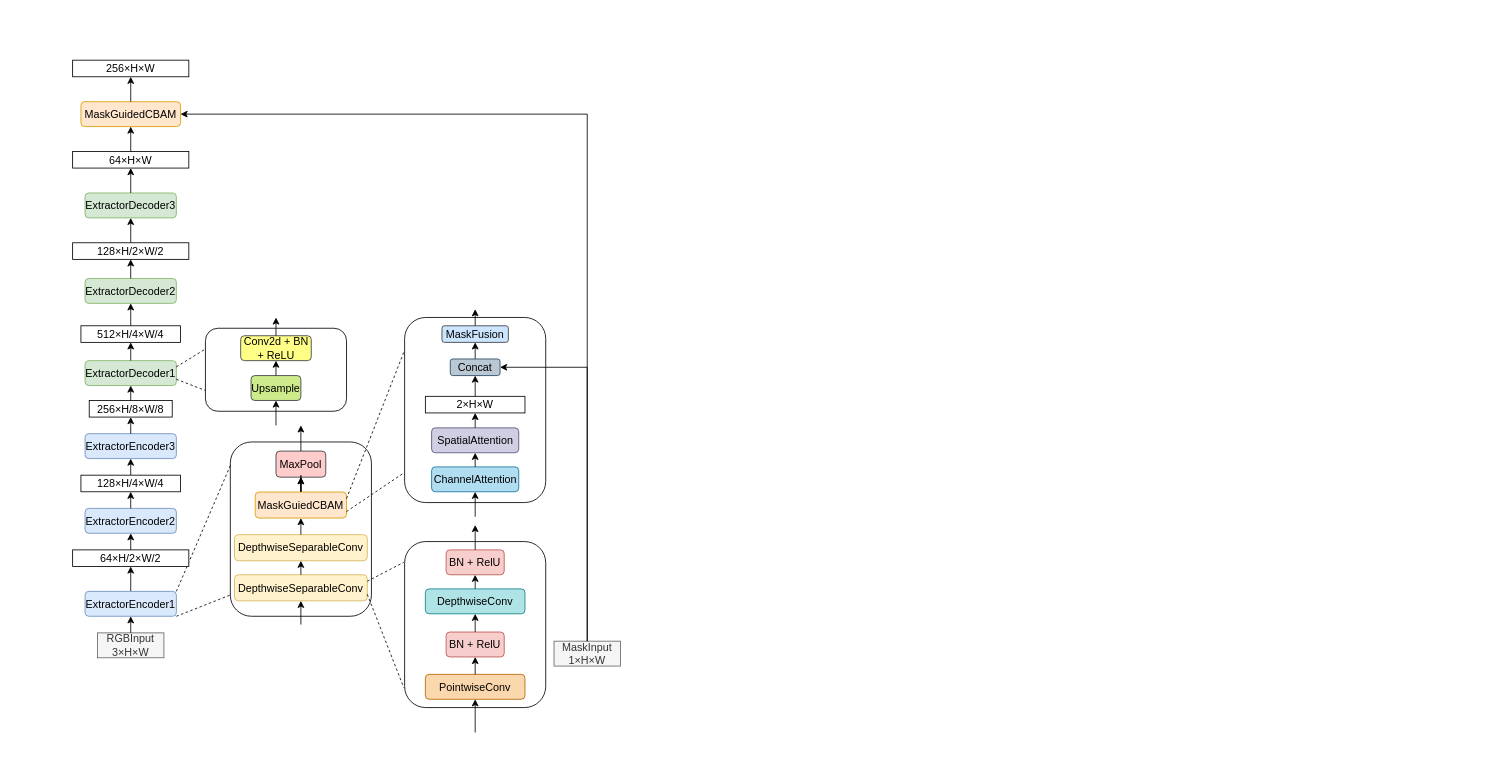
Before: RGBLossPath.drawio in laoliNB666/my-image-hosting-images, a draw.io diagram. Source tidied: cells renumbered, new cells numbered last; positions are measured from the earlier drawing's top-left corner, leaving out a move shared by most shapes. Both pictures are drawn from the tidied source at 83%, with x=0, y=0 at pixel (72, 60).
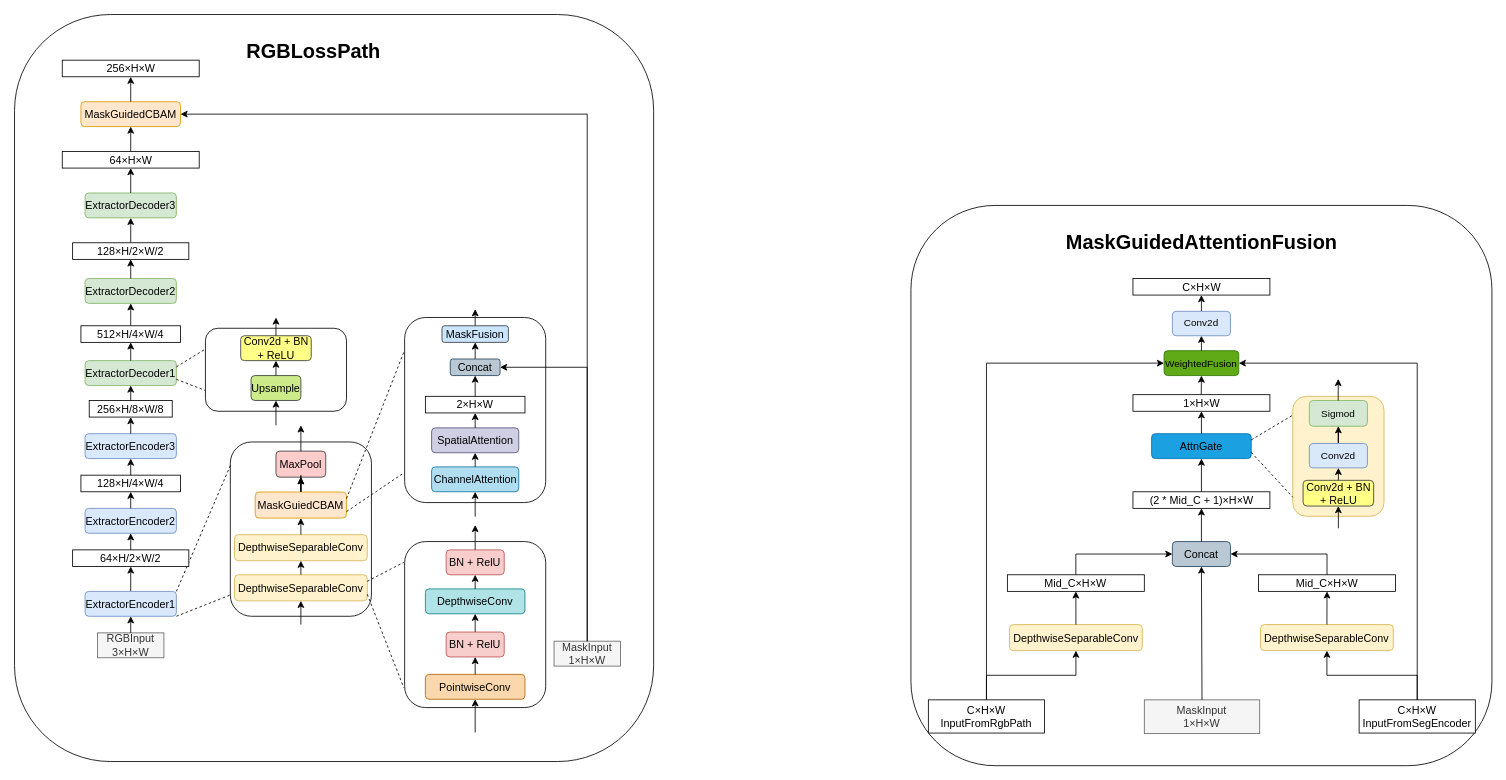
Above is the later version.

The change refers to these unchanged cells:
```xml
<mxCell id="12" value="ExtractorDecoder3" style="rounded=1;whiteSpace=wrap;html=1;fontSize=13;fillColor=#d5e8d4;strokeColor=#82b366;" parent="1" vertex="1">
  <mxGeometry x="15" y="160" width="110" height="30" as="geometry" />
</mxCell>
<mxCell id="57" value="MaskGuidedCBAM" style="rounded=1;whiteSpace=wrap;html=1;fontSize=13;fillColor=#ffe6cc;strokeColor=#d79b00;" parent="1" vertex="1">
  <mxGeometry x="10" y="50" width="120" height="30" as="geometry" />
</mxCell>
```

Change to the diagram source:
```diff
@@
+    <mxCell id="84" style="rounded=1;whiteSpace=wrap;html=1;" parent="1" vertex="1">
+      <mxGeometry x="1010" y="175" width="700" height="675" as="geometry" />
+    </mxCell>
+    <mxCell id="85" style="rounded=1;whiteSpace=wrap;html=1;" parent="1" vertex="1">
+      <mxGeometry x="-70" y="-55" width="770" height="900" as="geometry" />
+    </mxCell>
@@
-    <mxCell id="55" value="64×H×W" style="rounded=0;whiteSpace=wrap;html=1;fontSize=13;" parent="1" vertex="1">
-      <mxGeometry y="110" width="140" height="20" as="geometry" />
-    </mxCell>
-    <mxCell id="56" style="edgeStyle=orthogonalEdgeStyle;rounded=0;jettySize=auto;html=1;entryX=0.5;entryY=1;entryDx=0;entryDy=0;fontSize=13;exitX=0.5;exitY=0;exitDx=0;exitDy=0;" parent="1" edge="1" source="12" target="55">
-      <mxGeometry relative="1" as="geometry" />
+    <mxCell id="56" style="edgeStyle=orthogonalEdgeStyle;rounded=0;jettySize=auto;html=1;entryX=0.5;entryY=1;entryDx=0;entryDy=0;fontSize=13;exitX=0.5;exitY=0;exitDx=0;exitDy=0;" parent="1" edge="1" source="12">
+      <mxGeometry relative="1" as="geometry">
+        <mxPoint x="70" y="130" as="targetPoint" />
+      </mxGeometry>
     </mxCell>
@@
     <mxCell id="58" value="256×H×W" style="rounded=0;whiteSpace=wrap;html=1;fontSize=13;" parent="1" vertex="1">
-      <mxGeometry width="140" height="20" as="geometry" />
+      <mxGeometry x="-12.5" width="165" height="20" as="geometry" />
     </mxCell>
-    <mxCell id="59" style="edgeStyle=orthogonalEdgeStyle;rounded=0;jettySize=auto;html=1;entryX=0.5;entryY=1;entryDx=0;entryDy=0;fontSize=13;exitX=0.5;exitY=0;exitDx=0;exitDy=0;" parent="1" edge="1" source="55" target="57">
-      <mxGeometry relative="1" as="geometry" />
+    <mxCell id="59" style="edgeStyle=orthogonalEdgeStyle;rounded=0;jettySize=auto;html=1;entryX=0.5;entryY=1;entryDx=0;entryDy=0;fontSize=13;exitX=0.5;exitY=0;exitDx=0;exitDy=0;" parent="1" edge="1" target="57">
+      <mxGeometry relative="1" as="geometry">
+        <mxPoint x="70" y="110" as="sourcePoint" />
+      </mxGeometry>
     </mxCell>
-    <mxCell id="60" style="edgeStyle=orthogonalEdgeStyle;rounded=0;jettySize=auto;html=1;entryX=0.5;entryY=1;entryDx=0;entryDy=0;fontSize=13;exitX=0.5;exitY=0;exitDx=0;exitDy=0;" parent="1" edge="1" source="57" target="58">
-      <mxGeometry relative="1" as="geometry" />
-    </mxCell>
@@
+    <mxCell id="86" value="RGBLossPath" style="text;strokeColor=none;fillColor=none;html=1;fontSize=24;fontStyle=1;verticalAlign=middle;align=center;" parent="1" vertex="1">
+      <mxGeometry x="240" y="-30" width="100" height="40" as="geometry" />
+    </mxCell>
+    <mxCell id="87" value="MaskGuidedAttentionFusion" style="text;strokeColor=none;fillColor=none;html=1;fontSize=24;fontStyle=1;verticalAlign=middle;align=center;" parent="1" vertex="1">
+      <mxGeometry x="1310" y="200" width="100" height="40" as="geometry" />
+    </mxCell>
+    <mxCell id="88" value="C×H×W&lt;div&gt;InputFromRgbPath&lt;/div&gt;" style="rounded=0;whiteSpace=wrap;html=1;fontSize=13;" parent="1" vertex="1">
+      <mxGeometry x="1031" y="770.7" width="140" height="40" as="geometry" />
+    </mxCell>
+    <mxCell id="89" value="C×H×W&lt;div&gt;InputFromSegEncoder&lt;/div&gt;" style="rounded=0;whiteSpace=wrap;html=1;fontSize=13;" parent="1" vertex="1">
+      <mxGeometry x="1550" y="770.7" width="140" height="40" as="geometry" />
+    </mxCell>
+    <mxCell id="90" value="DepthwiseSeparableConv" style="rounded=1;whiteSpace=wrap;html=1;fontSize=13;fillColor=#fff2cc;strokeColor=#d6b656;" parent="1" vertex="1">
+      <mxGeometry x="1128.8" y="680" width="160" height="31.4" as="geometry" />
+    </mxCell>
+    <mxCell id="91" value="DepthwiseSeparableConv" style="rounded=1;whiteSpace=wrap;html=1;fontSize=13;fillColor=#fff2cc;strokeColor=#d6b656;" parent="1" vertex="1">
+      <mxGeometry x="1431.2" y="680" width="160" height="31.4" as="geometry" />
+    </mxCell>
+    <mxCell id="92" value="&lt;div&gt;&lt;span style=&quot;text-align: left;&quot;&gt;MaskInput&lt;/span&gt;&lt;/div&gt;&lt;div&gt;&lt;span style=&quot;text-align: left;&quot;&gt;1×H×W&lt;/span&gt;&lt;br&gt;&lt;/div&gt;" style="rounded=0;whiteSpace=wrap;html=1;fontSize=13;fillColor=#f5f5f5;strokeColor=#666666;fontColor=#333333;" parent="1" vertex="1">
+      <mxGeometry x="1291.2" y="770.7" width="139" height="40.7" as="geometry" />
+    </mxCell>
+    <mxCell id="93" value="&lt;font style=&quot;color: rgb(0, 0, 0);&quot;&gt;AttnGate&lt;/font&gt;" style="rounded=1;whiteSpace=wrap;html=1;fontSize=13;fillColor=#1ba1e2;strokeColor=#006EAF;fontColor=#ffffff;" parent="1" vertex="1">
+      <mxGeometry x="1300" y="450" width="120" height="30" as="geometry" />
+    </mxCell>
+    <mxCell id="55" value="64×H×W" style="rounded=0;whiteSpace=wrap;html=1;fontSize=13;" parent="1" vertex="1">
+      <mxGeometry x="-12.5" y="110" width="165" height="20" as="geometry" />
+    </mxCell>
+    <mxCell id="60" style="edgeStyle=orthogonalEdgeStyle;rounded=0;jettySize=auto;html=1;entryX=0.5;entryY=1;entryDx=0;entryDy=0;fontSize=13;exitX=0.5;exitY=0;exitDx=0;exitDy=0;" parent="1" edge="1" source="57" target="58">
+      <mxGeometry relative="1" as="geometry" />
+    </mxCell>
+    <mxCell id="94" value="Mid_C×H×W" style="rounded=0;whiteSpace=wrap;html=1;fontSize=13;" parent="1" vertex="1">
+      <mxGeometry x="1126.2" y="620" width="165" height="20" as="geometry" />
+    </mxCell>
+    <mxCell id="95" value="Mid_C×H×W" style="rounded=0;whiteSpace=wrap;html=1;fontSize=13;" parent="1" vertex="1">
+      <mxGeometry x="1428.8" y="620" width="165" height="20" as="geometry" />
+    </mxCell>
+    <mxCell id="96" style="endArrow=classic;html=1;rounded=0;exitX=0.5;exitY=0;exitDx=0;exitDy=0;entryX=0.5;entryY=1;entryDx=0;entryDy=0;edgeStyle=orthogonalEdgeStyle;" parent="1" edge="1" source="88" target="90">
+      <mxGeometry relative="1" as="geometry" />
+    </mxCell>
+    <mxCell id="97" style="endArrow=classic;html=1;rounded=0;exitX=0.5;exitY=0;exitDx=0;exitDy=0;entryX=0.5;entryY=1;entryDx=0;entryDy=0;edgeStyle=orthogonalEdgeStyle;" parent="1" edge="1" source="89" target="91">
+      <mxGeometry relative="1" as="geometry" />
+    </mxCell>
+    <mxCell id="98" style="endArrow=classic;html=1;rounded=0;exitX=0.5;exitY=0;exitDx=0;exitDy=0;entryX=0.5;entryY=1;entryDx=0;entryDy=0;" parent="1" edge="1" source="91" target="95">
+      <mxGeometry relative="1" as="geometry" />
+    </mxCell>
+    <mxCell id="99" style="endArrow=classic;html=1;rounded=0;exitX=0.5;exitY=0;exitDx=0;exitDy=0;entryX=0.5;entryY=1;entryDx=0;entryDy=0;" parent="1" edge="1" source="90" target="94">
+      <mxGeometry relative="1" as="geometry" />
+    </mxCell>
+    <mxCell id="100" value="Concat" style="rounded=1;whiteSpace=wrap;html=1;fontSize=13;fillColor=#bac8d3;strokeColor=#23445d;" parent="1" vertex="1">
+      <mxGeometry x="1325" y="580" width="70" height="30" as="geometry" />
+    </mxCell>
+    <mxCell id="101" style="endArrow=classic;html=1;rounded=0;exitX=0.5;exitY=0;exitDx=0;exitDy=0;entryX=0.5;entryY=1;entryDx=0;entryDy=0;" parent="1" edge="1" source="92" target="100">
+      <mxGeometry relative="1" as="geometry" />
+    </mxCell>
+    <mxCell id="102" style="endArrow=classic;html=1;rounded=0;exitX=0.5;exitY=0;exitDx=0;exitDy=0;entryX=0;entryY=0.5;entryDx=0;entryDy=0;edgeStyle=orthogonalEdgeStyle;" parent="1" edge="1" source="94" target="100">
+      <mxGeometry relative="1" as="geometry" />
+    </mxCell>
+    <mxCell id="103" style="endArrow=classic;html=1;rounded=0;exitX=0.5;exitY=0;exitDx=0;exitDy=0;entryX=1;entryY=0.5;entryDx=0;entryDy=0;edgeStyle=orthogonalEdgeStyle;" parent="1" edge="1" source="95" target="100">
+      <mxGeometry relative="1" as="geometry" />
+    </mxCell>
+    <mxCell id="104" value="(2 * Mid_C + 1)×H×W" style="rounded=0;whiteSpace=wrap;html=1;fontSize=13;" parent="1" vertex="1">
+      <mxGeometry x="1277.5" y="520" width="165" height="20" as="geometry" />
+    </mxCell>
+    <mxCell id="105" style="endArrow=classic;html=1;rounded=0;exitX=0.5;exitY=0;exitDx=0;exitDy=0;entryX=0.5;entryY=1;entryDx=0;entryDy=0;" parent="1" edge="1" source="100" target="104">
+      <mxGeometry relative="1" as="geometry" />
+    </mxCell>
+    <mxCell id="106" style="endArrow=classic;html=1;rounded=0;exitX=0.5;exitY=0;exitDx=0;exitDy=0;entryX=0.5;entryY=1;entryDx=0;entryDy=0;" parent="1" edge="1" source="104" target="93">
+      <mxGeometry relative="1" as="geometry" />
+    </mxCell>
+    <mxCell id="107" value="1×H×W" style="rounded=0;whiteSpace=wrap;html=1;fontSize=13;" parent="1" vertex="1">
+      <mxGeometry x="1277.5" y="403" width="165" height="20" as="geometry" />
+    </mxCell>
+    <mxCell id="108" style="endArrow=classic;html=1;rounded=0;exitX=0.5;exitY=0;exitDx=0;exitDy=0;entryX=0.5;entryY=1;entryDx=0;entryDy=0;" parent="1" edge="1" source="93" target="107">
+      <mxGeometry relative="1" as="geometry" />
+    </mxCell>
+    <mxCell id="109" style="group;" parent="1" vertex="1">
+      <mxGeometry x="1470" y="405" width="110" height="159" as="geometry" />
+    </mxCell>
+    <mxCell id="110" style="rounded=1;whiteSpace=wrap;html=1;fillColor=#fff2cc;strokeColor=#d6b656;" parent="109" vertex="1">
+      <mxGeometry width="110" height="144.5" as="geometry" />
+    </mxCell>
+    <mxCell id="111" style="edgeStyle=orthogonalEdgeStyle;rounded=0;jettySize=auto;html=1;" parent="109" edge="1" source="112" target="113">
+      <mxGeometry relative="1" as="geometry" />
+    </mxCell>
+    <mxCell id="112" value="Conv2d" style="rounded=1;whiteSpace=wrap;html=1;fillColor=#dae8fc;strokeColor=#6c8ebf;" parent="109" vertex="1">
+      <mxGeometry x="20" y="56.8" width="70" height="29.4" as="geometry" />
+    </mxCell>
+    <mxCell id="113" value="Sigmod" style="rounded=1;whiteSpace=wrap;html=1;fillColor=#d5e8d4;strokeColor=#82b366;" parent="109" vertex="1">
+      <mxGeometry x="20" y="5" width="70" height="31" as="geometry" />
+    </mxCell>
+    <mxCell id="114" style="edgeStyle=orthogonalEdgeStyle;rounded=0;jettySize=auto;html=1;exitX=0.5;exitY=0;exitDx=0;exitDy=0;entryX=0.5;entryY=1;entryDx=0;entryDy=0;" parent="109" edge="1" source="115" target="112">
+      <mxGeometry relative="1" as="geometry" />
+    </mxCell>
+    <mxCell id="115" value="Conv2d + BN + ReLU" style="rounded=1;whiteSpace=wrap;html=1;fontSize=13;fillColor=#ffff88;strokeColor=#36393d;" parent="109" vertex="1">
+      <mxGeometry x="12.5" y="101.2" width="85" height="31" as="geometry" />
+    </mxCell>
+    <mxCell id="116" style="endArrow=classic;html=1;rounded=0;entryX=0.5;entryY=1;entryDx=0;entryDy=0;" parent="109" edge="1" target="115">
+      <mxGeometry relative="1" as="geometry">
+        <mxPoint x="55" y="159" as="sourcePoint" />
+      </mxGeometry>
+    </mxCell>
+    <mxCell id="117" style="endArrow=none;dashed=1;html=1;rounded=0;exitX=1;exitY=0.25;exitDx=0;exitDy=0;entryX=0.007;entryY=0.154;entryDx=0;entryDy=0;entryPerimeter=0;" parent="1" edge="1" source="93" target="110">
+      <mxGeometry relative="1" as="geometry" />
+    </mxCell>
+    <mxCell id="118" style="endArrow=none;dashed=1;html=1;rounded=0;exitX=1;exitY=0.75;exitDx=0;exitDy=0;entryX=0.002;entryY=0.842;entryDx=0;entryDy=0;entryPerimeter=0;" parent="1" edge="1" source="93" target="110">
+      <mxGeometry relative="1" as="geometry" />
+    </mxCell>
+    <mxCell id="119" value="&lt;span style=&quot;color: rgb(0, 0, 0); font-size: 12px; text-align: left;&quot;&gt;WeightedFusion&lt;/span&gt;" style="rounded=1;whiteSpace=wrap;html=1;fontSize=13;fillColor=#60a917;strokeColor=#2D7600;fontColor=#ffffff;" parent="1" vertex="1">
+      <mxGeometry x="1315" y="350" width="90" height="30" as="geometry" />
+    </mxCell>
+    <mxCell id="120" style="endArrow=classic;html=1;rounded=0;entryX=0;entryY=0.5;entryDx=0;entryDy=0;exitX=0.5;exitY=0;exitDx=0;exitDy=0;edgeStyle=orthogonalEdgeStyle;" parent="1" edge="1" source="88" target="119">
+      <mxGeometry relative="1" as="geometry" />
+    </mxCell>
+    <mxCell id="121" style="endArrow=classic;html=1;rounded=0;entryX=1;entryY=0.5;entryDx=0;entryDy=0;exitX=0.5;exitY=0;exitDx=0;exitDy=0;edgeStyle=orthogonalEdgeStyle;" parent="1" edge="1" source="89" target="119">
+      <mxGeometry relative="1" as="geometry" />
+    </mxCell>
+    <mxCell id="122" style="endArrow=classic;html=1;rounded=0;exitX=0.5;exitY=0;exitDx=0;exitDy=0;entryX=0.5;entryY=1;entryDx=0;entryDy=0;" parent="1" edge="1" target="119">
+      <mxGeometry relative="1" as="geometry">
+        <mxPoint x="1359.8" y="403" as="sourcePoint" />
+      </mxGeometry>
+    </mxCell>
+    <mxCell id="123" value="C×H×W" style="rounded=0;whiteSpace=wrap;html=1;fontSize=13;" parent="1" vertex="1">
+      <mxGeometry x="1277.5" y="263" width="165" height="20" as="geometry" />
+    </mxCell>
+    <mxCell id="124" style="endArrow=classic;html=1;rounded=0;exitX=0.5;exitY=0;exitDx=0;exitDy=0;entryX=0.5;entryY=1;entryDx=0;entryDy=0;" parent="1" edge="1" source="119">
+      <mxGeometry relative="1" as="geometry">
+        <mxPoint x="1360" y="332" as="targetPoint" />
+      </mxGeometry>
+    </mxCell>
+    <mxCell id="125" style="endArrow=classic;html=1;rounded=0;entryX=0.5;entryY=1;entryDx=0;entryDy=0;exitX=0.5;exitY=0;exitDx=0;exitDy=0;" parent="1" edge="1" source="127" target="123">
+      <mxGeometry relative="1" as="geometry" />
+    </mxCell>
+    <mxCell id="126" style="endArrow=classic;html=1;rounded=0;entryX=0.5;entryY=1;entryDx=0;entryDy=0;" parent="1" edge="1">
+      <mxGeometry relative="1" as="geometry">
+        <mxPoint x="1524.8" y="410" as="sourcePoint" />
+        <mxPoint x="1524.8" y="384" as="targetPoint" />
+      </mxGeometry>
+    </mxCell>
+    <mxCell id="127" value="Conv2d" style="rounded=1;whiteSpace=wrap;html=1;fillColor=#dae8fc;strokeColor=#6c8ebf;" parent="1" vertex="1">
+      <mxGeometry x="1325" y="302.6" width="70" height="29.4" as="geometry" />
+    </mxCell>
```
